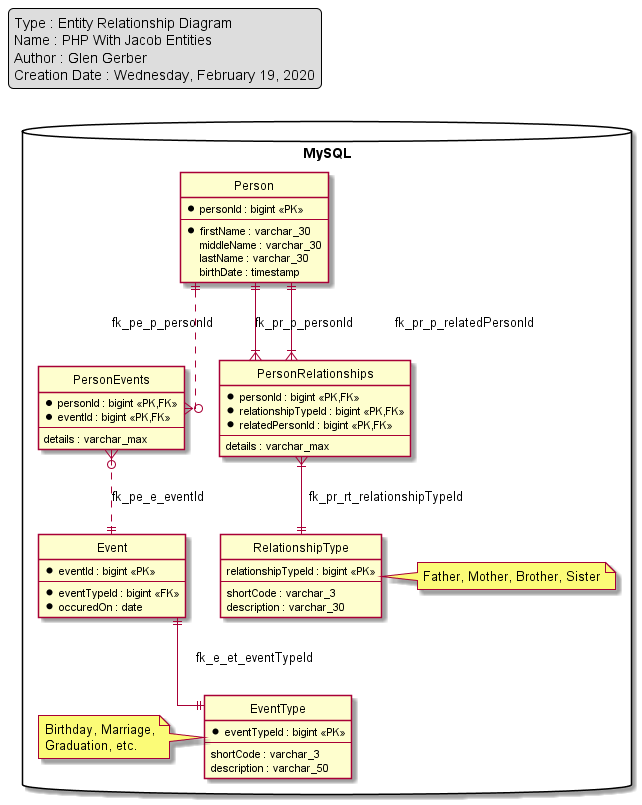
gerbil1008/php-with-jacob keeps this PlantUML diagram as docs/img/application.erd.png. Above is the earlier version.
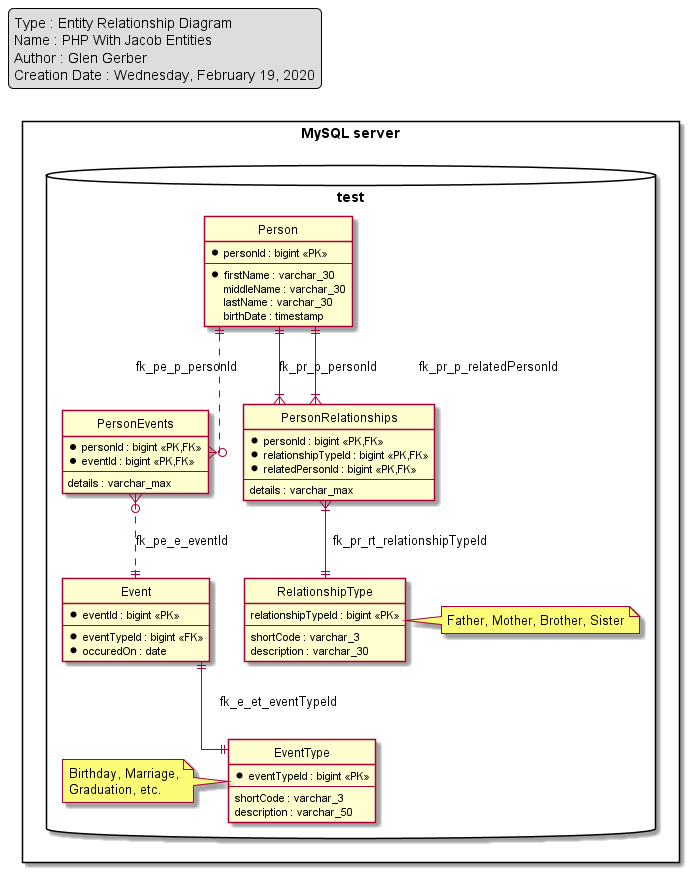
The same diagram one commit later.

Commit message:
added server box to ERD

What changed in the source:
```diff
@@ -13,7 +13,8 @@
 Author : Glen Gerber
 Creation Date : Wednesday, February 19, 2020
 endlegend
-package "MySQL" <<database>> {
+package "MySQL server" <<rectangle>> {
+package "test" <<database>> {
 	entity Person {
 		*personId : bigint <<PK>>
 		--
@@ -61,6 +62,7 @@
 	  Father, Mother, Brother, Sister
 	end note
 }
+}
 Event ||--|| EventType : fk_e_et_eventTypeId
 Person ||..o{ PersonEvents : fk_pe_p_personId
 PersonEvents }o..|| Event : fk_pe_e_eventId
```
